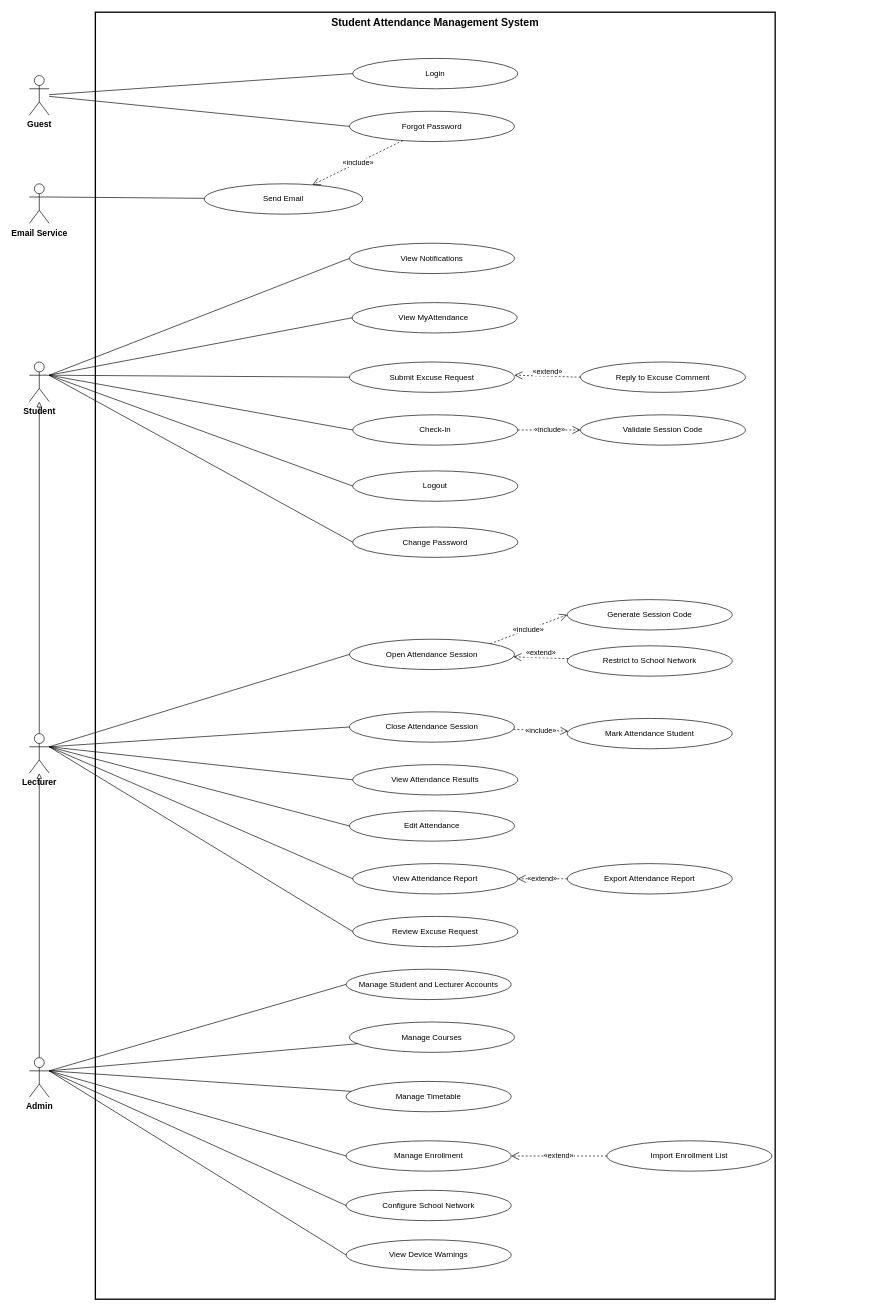
Earlier version of the draw.io diagram Student_Attendance_Usecase.drawio.xml (QnTIie2409/CNPM-GROUP03). Source tidied: cells renumbered, new cells numbered last; positions are measured from the earlier drawing's top-left corner, leaving out a move shared by most shapes. Both pictures are drawn from the tidied source at 66%, with x=0, y=0 at pixel (29, 12).
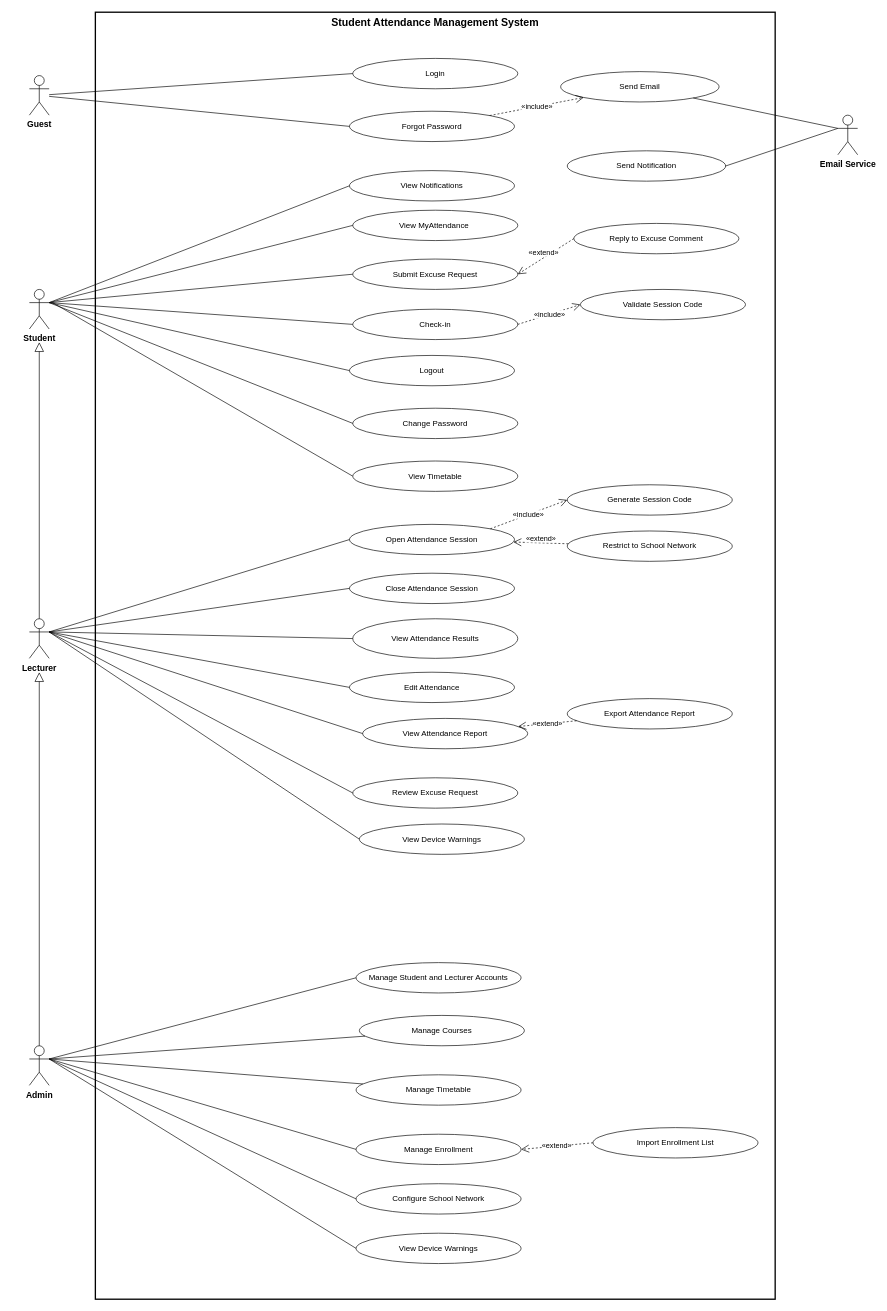
Above is the later version.

What changed in the source:
```diff
@@
     <mxCell id="4" value="Student" style="shape=umlActor;verticalLabelPosition=bottom;verticalAlign=top;html=1;outlineConnect=0;fontStyle=1;fontSize=13;" parent="1" vertex="1">
-      <mxGeometry y="530" width="30" height="60" as="geometry" />
+      <mxGeometry y="420" width="30" height="60" as="geometry" />
     </mxCell>
     <mxCell id="5" value="Lecturer" style="shape=umlActor;verticalLabelPosition=bottom;verticalAlign=top;html=1;outlineConnect=0;fontStyle=1;fontSize=13;" parent="1" vertex="1">
-      <mxGeometry y="1093" width="30" height="60" as="geometry" />
+      <mxGeometry y="919" width="30" height="60" as="geometry" />
     </mxCell>
     <mxCell id="6" value="Admin" style="shape=umlActor;verticalLabelPosition=bottom;verticalAlign=top;html=1;outlineConnect=0;fontStyle=1;fontSize=13;" parent="1" vertex="1">
-      <mxGeometry y="1584" width="30" height="60" as="geometry" />
+      <mxGeometry y="1566" width="30" height="60" as="geometry" />
     </mxCell>
     <mxCell id="7" value="Email Service" style="shape=umlActor;verticalLabelPosition=bottom;verticalAlign=top;html=1;outlineConnect=0;fontStyle=1;fontSize=13;" parent="1" vertex="1">
-      <mxGeometry y="260" width="30" height="60" as="geometry" />
+      <mxGeometry x="1225" y="156" width="30" height="60" as="geometry" />
     </mxCell>
@@
     <mxCell id="10" value="Logout" style="ellipse;whiteSpace=wrap;html=1;fontSize=12;fillColor=#ffffff;strokeColor=#000000;" parent="1" vertex="1">
-      <mxGeometry x="490" y="695" width="250" height="46" as="geometry" />
+      <mxGeometry x="485" y="520" width="250" height="46" as="geometry" />
     </mxCell>
     <mxCell id="11" value="Change Password" style="ellipse;whiteSpace=wrap;html=1;fontSize=12;fillColor=#ffffff;strokeColor=#000000;" parent="1" vertex="1">
-      <mxGeometry x="490" y="780" width="250" height="46" as="geometry" />
+      <mxGeometry x="490" y="600" width="250" height="46" as="geometry" />
     </mxCell>
     <mxCell id="12" value="View Notifications" style="ellipse;whiteSpace=wrap;html=1;fontSize=12;fillColor=#ffffff;strokeColor=#000000;" parent="1" vertex="1">
-      <mxGeometry x="485" y="350" width="250" height="46" as="geometry" />
+      <mxGeometry x="485" y="240" width="250" height="46" as="geometry" />
     </mxCell>
     <mxCell id="13" value="Send Email" style="ellipse;whiteSpace=wrap;html=1;fontSize=12;fillColor=#ffffff;strokeColor=#000000;" parent="1" vertex="1">
-      <mxGeometry x="265" y="260" width="240" height="46" as="geometry" />
+      <mxGeometry x="805" y="90" width="240" height="46" as="geometry" />
     </mxCell>
     <mxCell id="14" value="Check-in" style="ellipse;whiteSpace=wrap;html=1;fontSize=12;fillColor=#ffffff;strokeColor=#000000;" parent="1" vertex="1">
-      <mxGeometry x="490" y="610" width="250" height="46" as="geometry" />
+      <mxGeometry x="490" y="450" width="250" height="46" as="geometry" />
     </mxCell>
     <mxCell id="15" value="Validate Session Code" style="ellipse;whiteSpace=wrap;html=1;fontSize=12;fillColor=#ffffff;strokeColor=#000000;" parent="1" vertex="1">
-      <mxGeometry x="835" y="610" width="250" height="46" as="geometry" />
+      <mxGeometry x="835" y="420" width="250" height="46" as="geometry" />
     </mxCell>
     <mxCell id="16" value="View MyAttendance&amp;nbsp;" style="ellipse;whiteSpace=wrap;html=1;fontSize=12;fillColor=#ffffff;strokeColor=#000000;" parent="1" vertex="1">
-      <mxGeometry x="489" y="440" width="250" height="46" as="geometry" />
+      <mxGeometry x="490" y="300" width="250" height="46" as="geometry" />
     </mxCell>
     <mxCell id="17" value="Submit Excuse Request" style="ellipse;whiteSpace=wrap;html=1;fontSize=12;fillColor=#ffffff;strokeColor=#000000;" parent="1" vertex="1">
-      <mxGeometry x="485" y="530" width="250" height="46" as="geometry" />
+      <mxGeometry x="490" y="374" width="250" height="46" as="geometry" />
     </mxCell>
     <mxCell id="18" value="Open Attendance Session" style="ellipse;whiteSpace=wrap;html=1;fontSize=12;fillColor=#ffffff;strokeColor=#000000;" parent="1" vertex="1">
-      <mxGeometry x="485" y="950" width="250" height="46" as="geometry" />
+      <mxGeometry x="485" y="776" width="250" height="46" as="geometry" />
     </mxCell>
     <mxCell id="19" value="Generate Session Code" style="ellipse;whiteSpace=wrap;html=1;fontSize=12;fillColor=#ffffff;strokeColor=#000000;" parent="1" vertex="1">
-      <mxGeometry x="815" y="890" width="250" height="46" as="geometry" />
+      <mxGeometry x="815" y="716" width="250" height="46" as="geometry" />
     </mxCell>
     <mxCell id="20" value="Restrict to School Network" style="ellipse;whiteSpace=wrap;html=1;fontSize=12;fillColor=#ffffff;strokeColor=#000000;" parent="1" vertex="1">
-      <mxGeometry x="815" y="960" width="250" height="46" as="geometry" />
+      <mxGeometry x="815" y="786" width="250" height="46" as="geometry" />
     </mxCell>
     <mxCell id="21" value="Close Attendance Session" style="ellipse;whiteSpace=wrap;html=1;fontSize=12;fillColor=#ffffff;strokeColor=#000000;" parent="1" vertex="1">
-      <mxGeometry x="485" y="1060" width="250" height="46" as="geometry" />
+      <mxGeometry x="485" y="850" width="250" height="46" as="geometry" />
     </mxCell>
-    <mxCell id="22" value="Mark Attendance Student" style="ellipse;whiteSpace=wrap;html=1;fontSize=12;fillColor=#ffffff;strokeColor=#000000;" parent="1" vertex="1">
-      <mxGeometry x="815" y="1070" width="250" height="46" as="geometry" />
-    </mxCell>
     <mxCell id="23" value="View Attendance Results" style="ellipse;whiteSpace=wrap;html=1;fontSize=12;fillColor=#ffffff;strokeColor=#000000;" parent="1" vertex="1">
-      <mxGeometry x="490" y="1140" width="250" height="46" as="geometry" />
+      <mxGeometry x="490" y="919" width="250" height="60" as="geometry" />
     </mxCell>
     <mxCell id="24" value="Edit Attendance" style="ellipse;whiteSpace=wrap;html=1;fontSize=12;fillColor=#ffffff;strokeColor=#000000;" parent="1" vertex="1">
-      <mxGeometry x="485" y="1210" width="250" height="46" as="geometry" />
+      <mxGeometry x="485" y="1000" width="250" height="46" as="geometry" />
     </mxCell>
     <mxCell id="25" value="View Attendance Report" style="ellipse;whiteSpace=wrap;html=1;fontSize=12;fillColor=#ffffff;strokeColor=#000000;" parent="1" vertex="1">
-      <mxGeometry x="490" y="1290" width="250" height="46" as="geometry" />
+      <mxGeometry x="505" y="1070" width="250" height="46" as="geometry" />
     </mxCell>
     <mxCell id="26" value="Export Attendance Report" style="ellipse;whiteSpace=wrap;html=1;fontSize=12;fillColor=#ffffff;strokeColor=#000000;" parent="1" vertex="1">
-      <mxGeometry x="815" y="1290" width="250" height="46" as="geometry" />
+      <mxGeometry x="815" y="1040" width="250" height="46" as="geometry" />
     </mxCell>
     <mxCell id="27" value="View Device Warnings" style="ellipse;whiteSpace=wrap;html=1;fontSize=12;fillColor=#ffffff;strokeColor=#000000;" parent="1" vertex="1">
-      <mxGeometry x="480" y="1860" width="250" height="46" as="geometry" />
+      <mxGeometry x="495" y="1850" width="250" height="46" as="geometry" />
     </mxCell>
     <mxCell id="28" value="Review Excuse Request" style="ellipse;whiteSpace=wrap;html=1;fontSize=12;fillColor=#ffffff;strokeColor=#000000;" parent="1" vertex="1">
-      <mxGeometry x="490" y="1370" width="250" height="46" as="geometry" />
+      <mxGeometry x="490" y="1160" width="250" height="46" as="geometry" />
     </mxCell>
     <mxCell id="29" value="Manage Student and Lecturer Accounts" style="ellipse;whiteSpace=wrap;html=1;fontSize=12;fillColor=#ffffff;strokeColor=#000000;" parent="1" vertex="1">
-      <mxGeometry x="480" y="1450" width="250" height="46" as="geometry" />
+      <mxGeometry x="495" y="1440" width="250" height="46" as="geometry" />
     </mxCell>
     <mxCell id="30" value="Manage Courses" style="ellipse;whiteSpace=wrap;html=1;fontSize=12;fillColor=#ffffff;strokeColor=#000000;" parent="1" vertex="1">
-      <mxGeometry x="485" y="1530" width="250" height="46" as="geometry" />
+      <mxGeometry x="500" y="1520" width="250" height="46" as="geometry" />
     </mxCell>
     <mxCell id="31" value="Manage Timetable" style="ellipse;whiteSpace=wrap;html=1;fontSize=12;fillColor=#ffffff;strokeColor=#000000;" parent="1" vertex="1">
-      <mxGeometry x="480" y="1620" width="250" height="46" as="geometry" />
+      <mxGeometry x="495" y="1610" width="250" height="46" as="geometry" />
     </mxCell>
     <mxCell id="32" value="Manage Enrollment" style="ellipse;whiteSpace=wrap;html=1;fontSize=12;fillColor=#ffffff;strokeColor=#000000;" parent="1" vertex="1">
-      <mxGeometry x="480" y="1710" width="250" height="46" as="geometry" />
+      <mxGeometry x="495" y="1700" width="250" height="46" as="geometry" />
     </mxCell>
     <mxCell id="33" value="Import Enrollment List" style="ellipse;whiteSpace=wrap;html=1;fontSize=12;fillColor=#ffffff;strokeColor=#000000;" parent="1" vertex="1">
-      <mxGeometry x="875" y="1710" width="250" height="46" as="geometry" />
+      <mxGeometry x="854" y="1690" width="250" height="46" as="geometry" />
     </mxCell>
     <mxCell id="34" value="Configure School Network" style="ellipse;whiteSpace=wrap;html=1;fontSize=12;fillColor=#ffffff;strokeColor=#000000;" parent="1" vertex="1">
-      <mxGeometry x="480" y="1785" width="250" height="46" as="geometry" />
+      <mxGeometry x="495" y="1775" width="250" height="46" as="geometry" />
     </mxCell>
@@
-    <mxCell id="54" style="endArrow=none;html=1;rounded=0;strokeColor=#000000;exitX=1;exitY=0.3333333333333333;exitDx=0;exitDy=0;exitPerimeter=0;" parent="1" edge="1" source="7" target="13">
+    <mxCell id="54" style="endArrow=none;html=1;rounded=0;strokeColor=#000000;exitX=0;exitY=0.3333333333333333;exitDx=0;exitDy=0;exitPerimeter=0;" parent="1" edge="1" source="7" target="13">
       <mxGeometry relative="1" as="geometry" />
     </mxCell>
@@
-    <mxCell id="56" value="«include»" style="endArrow=open;endSize=10;dashed=1;html=1;rounded=0;fontSize=11;labelBackgroundColor=#ffffff;strokeColor=#000000;" parent="1" edge="1" source="21" target="22">
-      <mxGeometry relative="1" as="geometry" />
-    </mxCell>
@@
-    <mxCell id="58" value="«extend»" style="endArrow=open;endSize=10;dashed=1;html=1;rounded=0;fontSize=11;labelBackgroundColor=#ffffff;strokeColor=#000000;" parent="1" edge="1" source="33" target="32">
+    <mxCell id="58" value="«extend»" style="endArrow=open;endSize=10;dashed=1;html=1;rounded=0;fontSize=11;labelBackgroundColor=#ffffff;strokeColor=#000000;entryX=1;entryY=0.5;entryDx=0;entryDy=0;exitX=0;exitY=0.5;exitDx=0;exitDy=0;" parent="1" edge="1" source="33" target="32">
       <mxGeometry relative="1" as="geometry" />
     </mxCell>
-    <mxCell id="59" style="edgeStyle=orthogonalEdgeStyle;rounded=0;jettySize=auto;html=1;defaultLabelBackgroundColor=page;endArrow=block;endFill=0;exitX=0.5;exitY=0;exitDx=0;exitDy=0;exitPerimeter=0;" parent="1" edge="1" source="6" target="5">
-      <mxGeometry x="-0.18" relative="1" as="geometry" />
-    </mxCell>
-    <mxCell id="60" style="edgeStyle=orthogonalEdgeStyle;rounded=0;jettySize=auto;html=1;defaultLabelBackgroundColor=page;endArrow=block;endFill=0;exitX=0.5;exitY=0;exitDx=0;exitDy=0;exitPerimeter=0;" parent="1" edge="1" source="5" target="4">
-      <mxGeometry x="-0.73" relative="1" as="geometry" />
-    </mxCell>
@@
     <mxCell id="65" value="Reply to Excuse Comment" style="ellipse;whiteSpace=wrap;html=1;fontSize=12;fillColor=#ffffff;strokeColor=#000000;" parent="1" vertex="1">
-      <mxGeometry x="835" y="530" width="250" height="46" as="geometry" />
+      <mxGeometry x="825" y="320" width="250" height="46" as="geometry" />
     </mxCell>
-    <mxCell id="66" value="«extend»" style="endArrow=open;endSize=10;dashed=1;html=1;rounded=0;fontSize=11;labelBackgroundColor=#ffffff;strokeColor=#000000;exitX=0;exitY=0.5;exitDx=0;exitDy=0;" parent="1" edge="1" source="65">
-      <mxGeometry y="-7" relative="1" as="geometry">
-        <mxPoint x="735" y="550" as="targetPoint" />
-      </mxGeometry>
+    <mxCell id="66" value="«extend»" style="endArrow=open;endSize=10;dashed=1;html=1;rounded=0;fontSize=11;labelBackgroundColor=#ffffff;strokeColor=#000000;exitX=0;exitY=0.5;exitDx=0;exitDy=0;entryX=1;entryY=0.5;entryDx=0;entryDy=0;" parent="1" edge="1" source="65" target="17">
+      <mxGeometry y="-7" relative="1" as="geometry" />
     </mxCell>
+    <mxCell id="67" value="Send Notification" style="ellipse;whiteSpace=wrap;html=1;fontSize=12;fillColor=#ffffff;strokeColor=#000000;" parent="1" vertex="1">
+      <mxGeometry x="815" y="210" width="240" height="46" as="geometry" />
+    </mxCell>
+    <mxCell id="68" style="endArrow=none;html=1;rounded=0;strokeColor=#000000;exitX=1;exitY=0.5;exitDx=0;exitDy=0;entryX=0;entryY=0.3333333333333333;entryDx=0;entryDy=0;entryPerimeter=0;" parent="1" edge="1" source="67" target="7">
+      <mxGeometry relative="1" as="geometry" />
+    </mxCell>
+    <mxCell id="69" style="endArrow=block;endFill=0;endSize=12;html=1;rounded=0;defaultLabelBackgroundColor=page;" parent="1" edge="1" source="5">
+      <mxGeometry relative="1" as="geometry">
+        <mxPoint x="15" y="500" as="targetPoint" />
+      </mxGeometry>
+    </mxCell>
+    <mxCell id="70" style="endArrow=block;endFill=0;endSize=12;html=1;rounded=0;defaultLabelBackgroundColor=page;exitX=0.5;exitY=0;exitDx=0;exitDy=0;exitPerimeter=0;" parent="1" edge="1" source="6">
+      <mxGeometry relative="1" as="geometry">
+        <mxPoint x="15" y="1000" as="targetPoint" />
+      </mxGeometry>
+    </mxCell>
+    <mxCell id="71" style="endArrow=none;html=1;rounded=0;defaultLabelBackgroundColor=page;entryX=0;entryY=0.5;entryDx=0;entryDy=0;" parent="1" edge="1" target="72">
+      <mxGeometry relative="1" as="geometry">
+        <mxPoint x="35" y="440" as="sourcePoint" />
+      </mxGeometry>
+    </mxCell>
+    <mxCell id="72" value="View Timetable" style="ellipse;whiteSpace=wrap;html=1;fontSize=12;fillColor=#ffffff;strokeColor=#000000;" parent="1" vertex="1">
+      <mxGeometry x="490" y="680" width="250" height="46" as="geometry" />
+    </mxCell>
+    <mxCell id="73" style="endArrow=none;html=1;rounded=0;strokeColor=#000000;entryX=0;entryY=0.5;entryDx=0;entryDy=0;exitX=1;exitY=0.3333333333333333;exitDx=0;exitDy=0;exitPerimeter=0;" parent="1" edge="1" source="5" target="74">
+      <mxGeometry x="0.02" relative="1" as="geometry" />
+    </mxCell>
+    <mxCell id="74" value="View Device Warnings" style="ellipse;whiteSpace=wrap;html=1;fontSize=12;fillColor=#ffffff;strokeColor=#000000;" parent="1" vertex="1">
+      <mxGeometry x="500" y="1230" width="250" height="46" as="geometry" />
+    </mxCell>
```
